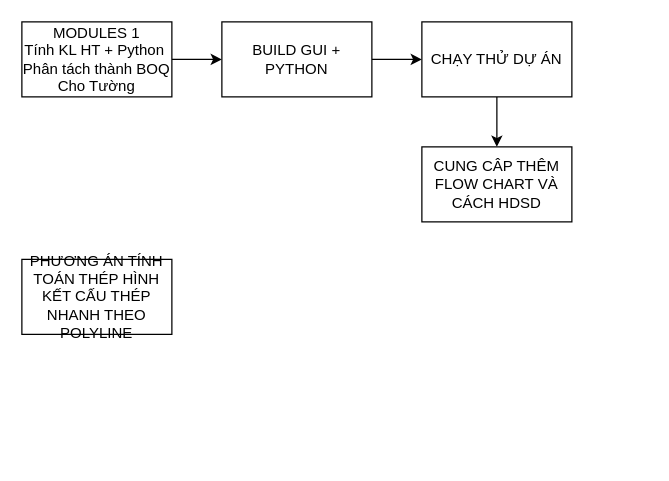
The draw.io diagram Untitled Diagram.drawio in ndaquang/TeamMember, before the edit. Source tidied: cells renumbered, new cells numbered last; positions are measured from the earlier drawing's top-left corner, leaving out a move shared by most shapes. Both pictures are drawn from the tidied source at 125%, with x=0, y=0 at pixel (21, 21).
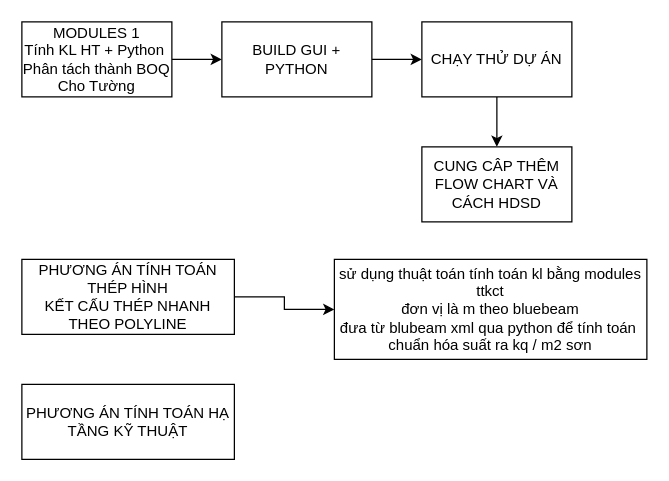
After the change.

Diff of the diagram source:
```diff
@@
 <mxGraphModel>
   <root>
     <mxCell id="0" />
     <mxCell id="1" parent="0" />
     <mxCell id="2" style="edgeStyle=orthogonalEdgeStyle;rounded=0;jettySize=auto;html=1;" parent="1" edge="1" source="3" target="5">
       <mxGeometry relative="1" as="geometry" />
     </mxCell>
     <mxCell id="3" value="MODULES 1&lt;br&gt;Tính KL HT + Python&amp;nbsp;&lt;br&gt;Phân tách thành BOQ&lt;br&gt;Cho Tường" style="rounded=0;whiteSpace=wrap;html=1;" parent="1" vertex="1">
       <mxGeometry width="120" height="60" as="geometry" />
     </mxCell>
     <mxCell id="4" style="edgeStyle=orthogonalEdgeStyle;rounded=0;jettySize=auto;html=1;" parent="1" edge="1" source="5" target="7">
       <mxGeometry relative="1" as="geometry" />
     </mxCell>
     <mxCell id="5" value="BUILD GUI + PYTHON" style="rounded=0;whiteSpace=wrap;html=1;" parent="1" vertex="1">
       <mxGeometry x="160" width="120" height="60" as="geometry" />
     </mxCell>
     <mxCell id="6" style="edgeStyle=orthogonalEdgeStyle;rounded=0;jettySize=auto;html=1;" parent="1" edge="1" source="7" target="8">
       <mxGeometry relative="1" as="geometry" />
     </mxCell>
     <mxCell id="7" value="CHẠY THỬ DỰ ÁN" style="whiteSpace=wrap;html=1;rounded=0;" parent="1" vertex="1">
       <mxGeometry x="320" width="120" height="60" as="geometry" />
     </mxCell>
     <mxCell id="8" value="CUNG CÂP THÊM FLOW CHART VÀ CÁCH HDSD" style="whiteSpace=wrap;html=1;rounded=0;" parent="1" vertex="1">
       <mxGeometry x="320" y="100" width="120" height="60" as="geometry" />
     </mxCell>
+    <mxCell id="10" style="edgeStyle=orthogonalEdgeStyle;rounded=0;jettySize=auto;html=1;" parent="1" edge="1" source="9" target="12">
+      <mxGeometry relative="1" as="geometry" />
+    </mxCell>
     <mxCell id="9" value="PHƯƠNG ÁN TÍNH TOÁN THÉP HÌNH&lt;div&gt;KẾT CẤU THÉP NHANH THEO POLYLINE&lt;/div&gt;" style="rounded=0;whiteSpace=wrap;html=1;" parent="1" vertex="1">
-      <mxGeometry y="190" width="120" height="60" as="geometry" />
+      <mxGeometry y="190" width="170" height="60" as="geometry" />
     </mxCell>
+    <mxCell id="11" value="PHƯƠNG ÁN TÍNH TOÁN HẠ TẦNG KỸ THUẬT" style="rounded=0;whiteSpace=wrap;html=1;" parent="1" vertex="1">
+      <mxGeometry y="290" width="170" height="60" as="geometry" />
+    </mxCell>
+    <mxCell id="12" value="sử dụng thuật toán tính toán kl bằng modules ttkct&lt;div&gt;đơn vị là m theo bluebeam&lt;/div&gt;&lt;div&gt;đưa từ blubeam xml qua python để tính toán&amp;nbsp;&lt;/div&gt;&lt;div&gt;chuẩn hóa suất ra kq / m2 sơn&lt;/div&gt;" style="rounded=0;whiteSpace=wrap;html=1;" parent="1" vertex="1">
+      <mxGeometry x="250" y="190" width="250" height="80" as="geometry" />
+    </mxCell>
   </root>
 </mxGraphModel>
```
